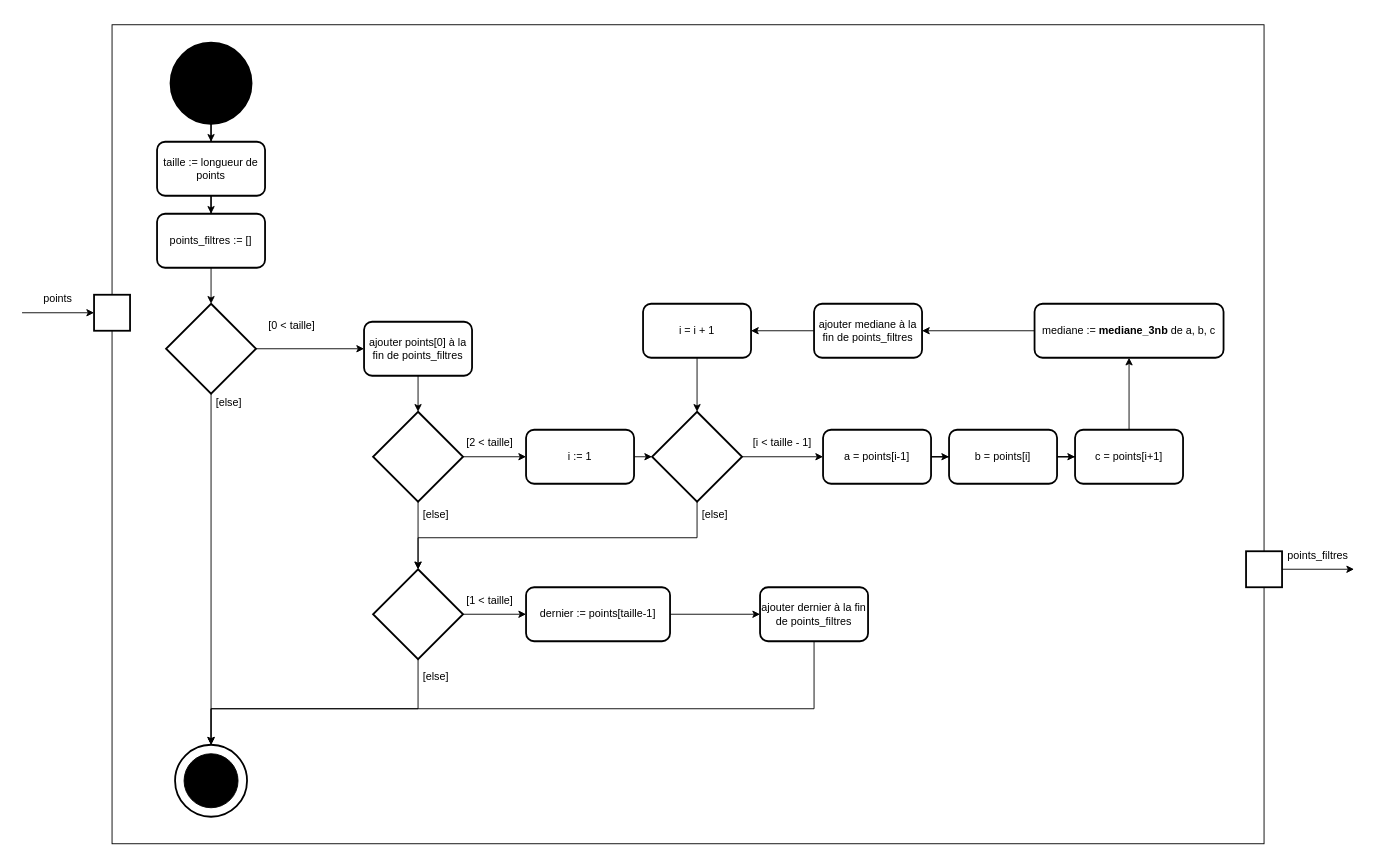
cidit/udes.gro.correction-de-capteurs-limites keeps this draw.io diagram as report/UML/filtre_mediane.drawio. Above is the earlier version. Source tidied: cells renumbered, new cells numbered last; positions are measured from the earlier drawing's top-left corner, leaving out a move shared by most shapes. Both pictures are drawn from the tidied source at 90%, with x=0, y=0 at pixel (22, 24).
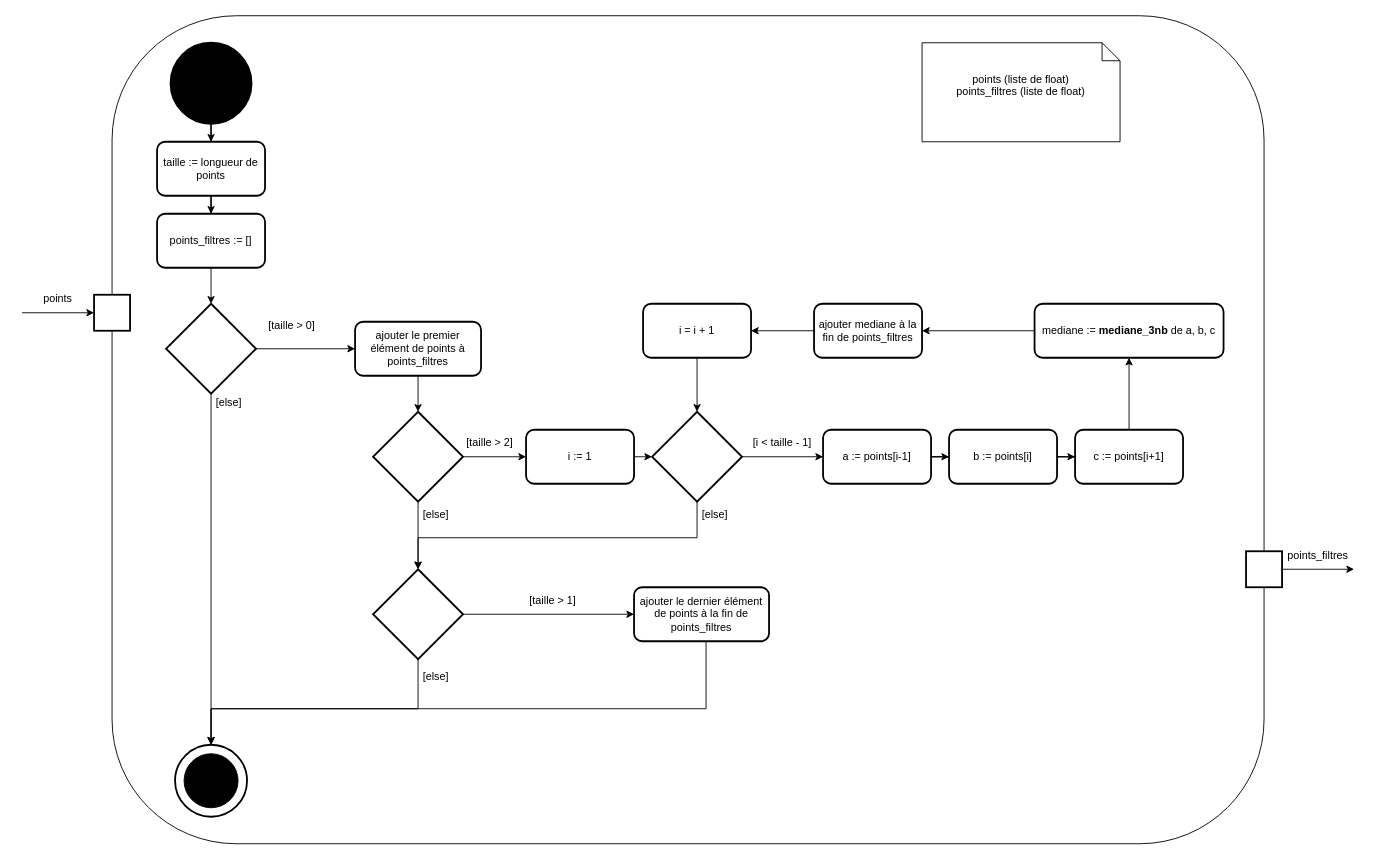
After the change.

The change refers to these unchanged cells:
```xml
<mxCell id="11" style="ellipse;whiteSpace=wrap;html=1;shapeInside=1;strokeWidth=2;" parent="10" vertex="1">
  <mxGeometry width="80" height="80" as="geometry" />
</mxCell>
<mxCell id="28" style="strokeWidth=2;html=1;shape=mxgraph.flowchart.decision;whiteSpace=wrap;" parent="1" vertex="1">
  <mxGeometry x="390" y="605" width="100" height="100" as="geometry" />
</mxCell>
```

Diff of the diagram source:
```diff
@@
-    <mxCell id="2" style="rounded=0;whiteSpace=wrap;html=1;fillColor=none;" parent="1" vertex="1">
-      <mxGeometry x="100" width="1280" height="910" as="geometry" />
-    </mxCell>
+    <mxCell id="58" style="rounded=1;whiteSpace=wrap;html=1;roundedPerimeter=1;fillColor=none;" parent="1" vertex="1">
+      <mxGeometry x="100" y="-10" width="1280" height="920" as="geometry" />
+    </mxCell>
@@
-    <mxCell id="20" value="ajouter&amp;nbsp;points[0] à la fin de&amp;nbsp;points_filtres" style="rounded=1;whiteSpace=wrap;html=1;strokeWidth=2;" parent="1" vertex="1">
-      <mxGeometry x="380" y="330" width="120" height="60" as="geometry" />
+    <mxCell id="20" value="ajouter le premier élément de points à points_filtres" style="rounded=1;whiteSpace=wrap;html=1;strokeWidth=2;" parent="1" vertex="1">
+      <mxGeometry x="370" y="330" width="140" height="60" as="geometry" />
     </mxCell>
@@
-    <mxCell id="26" style="edgeStyle=orthogonalEdgeStyle;rounded=0;jettySize=auto;html=1;" parent="1" edge="1" source="28" target="32">
+    <mxCell id="26" style="edgeStyle=orthogonalEdgeStyle;rounded=0;jettySize=auto;html=1;entryX=0;entryY=0.5;entryDx=0;entryDy=0;" parent="1" edge="1" source="28" target="57">
       <mxGeometry relative="1" as="geometry" />
     </mxCell>
@@
-    <mxCell id="31" style="edgeStyle=orthogonalEdgeStyle;rounded=0;jettySize=auto;html=1;" parent="1" edge="1" source="32" target="57">
-      <mxGeometry relative="1" as="geometry" />
-    </mxCell>
-    <mxCell id="32" value="dernier := points[taille-1]" style="rounded=1;whiteSpace=wrap;html=1;strokeWidth=2;" parent="1" vertex="1">
-      <mxGeometry x="560" y="625" width="160" height="60" as="geometry" />
-    </mxCell>
@@
-    <mxCell id="35" value="[0 &amp;lt; taille]" style="text;html=1;whiteSpace=wrap;strokeColor=none;fillColor=none;align=center;verticalAlign=middle;rounded=0;" parent="1" vertex="1">
+    <mxCell id="35" value="[taille &amp;gt; 0]" style="text;html=1;whiteSpace=wrap;strokeColor=none;fillColor=none;align=center;verticalAlign=middle;rounded=0;" parent="1" vertex="1">
       <mxGeometry x="260" y="320" width="80" height="30" as="geometry" />
     </mxCell>
-    <mxCell id="36" value="[1 &amp;lt; taille]" style="text;html=1;whiteSpace=wrap;strokeColor=none;fillColor=none;align=center;verticalAlign=middle;rounded=0;" parent="1" vertex="1">
-      <mxGeometry x="480" y="625" width="80" height="30" as="geometry" />
+    <mxCell id="36" value="[taille &amp;gt; 1]" style="text;html=1;whiteSpace=wrap;strokeColor=none;fillColor=none;align=center;verticalAlign=middle;rounded=0;" parent="1" vertex="1">
+      <mxGeometry x="550" y="625" width="80" height="30" as="geometry" />
     </mxCell>
-    <mxCell id="37" value="[2 &amp;lt; taille]" style="text;html=1;whiteSpace=wrap;strokeColor=none;fillColor=none;align=center;verticalAlign=middle;rounded=0;" parent="1" vertex="1">
+    <mxCell id="37" value="[taille &amp;gt; 2]" style="text;html=1;whiteSpace=wrap;strokeColor=none;fillColor=none;align=center;verticalAlign=middle;rounded=0;" parent="1" vertex="1">
       <mxGeometry x="480" y="450" width="80" height="30" as="geometry" />
     </mxCell>
@@
-    <mxCell id="39" value="a = points[i-1]" style="whiteSpace=wrap;html=1;rounded=1;strokeWidth=2;" parent="1" vertex="1">
+    <mxCell id="39" value="a := points[i-1]" style="whiteSpace=wrap;html=1;rounded=1;strokeWidth=2;" parent="1" vertex="1">
       <mxGeometry x="890" y="450" width="120" height="60" as="geometry" />
     </mxCell>
@@
-    <mxCell id="41" value="b = points[i]" style="whiteSpace=wrap;html=1;rounded=1;strokeWidth=2;" parent="1" vertex="1">
+    <mxCell id="41" value="b := points[i]" style="whiteSpace=wrap;html=1;rounded=1;strokeWidth=2;" parent="1" vertex="1">
       <mxGeometry x="1030" y="450" width="120" height="60" as="geometry" />
     </mxCell>
@@
-    <mxCell id="49" value="c = points[i+1]" style="whiteSpace=wrap;html=1;rounded=1;strokeWidth=2;" parent="1" vertex="1">
+    <mxCell id="49" value="c := points[i+1]" style="whiteSpace=wrap;html=1;rounded=1;strokeWidth=2;" parent="1" vertex="1">
       <mxGeometry x="1170" y="450" width="120" height="60" as="geometry" />
     </mxCell>
@@
     <mxCell id="56" style="edgeStyle=orthogonalEdgeStyle;rounded=0;jettySize=auto;html=1;exitX=0.5;exitY=1;exitDx=0;exitDy=0;entryX=0.5;entryY=0;entryDx=0;entryDy=0;" parent="1" edge="1" source="57" target="11">
-      <mxGeometry relative="1" as="geometry">
+      <mxGeometry x="-0.36" relative="1" as="geometry">
         <Array as="points">
-          <mxPoint x="880" y="760" />
+          <mxPoint x="760" y="760" />
           <mxPoint x="210" y="760" />
         </Array>
       </mxGeometry>
     </mxCell>
-    <mxCell id="57" value="ajouter dernier à la fin de points_filtres" style="whiteSpace=wrap;html=1;rounded=1;strokeWidth=2;" parent="1" vertex="1">
-      <mxGeometry x="820" y="625" width="120" height="60" as="geometry" />
+    <mxCell id="57" value="ajouter le dernier élément de points à la fin de points_filtres" style="whiteSpace=wrap;html=1;rounded=1;strokeWidth=2;" parent="1" vertex="1">
+      <mxGeometry x="680" y="625" width="150" height="60" as="geometry" />
     </mxCell>
+    <mxCell id="59" value="points (liste de float)&lt;div&gt;points_filtres&amp;nbsp;(liste de float)&lt;br&gt;&lt;div&gt;&lt;br&gt;&lt;/div&gt;&lt;/div&gt;" style="shape=note;size=20;whiteSpace=wrap;html=1;align=center;" parent="1" vertex="1">
+      <mxGeometry x="1000" y="20" width="220" height="110" as="geometry" />
+    </mxCell>
```
